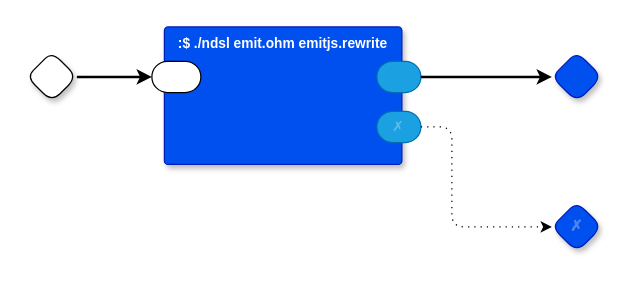
Above: page "RT to Javascript" (12 of 30) of kernel/kernel.drawio in guitarvydas/pbp-dev (draw.io), before the change. Source tidied: cells renumbered, new cells numbered last; positions are measured from the earlier drawing's top-left corner, leaving out a move shared by most shapes. Both pictures are drawn from the tidied source at 125%, with x=0, y=0 at pixel (26, 26).
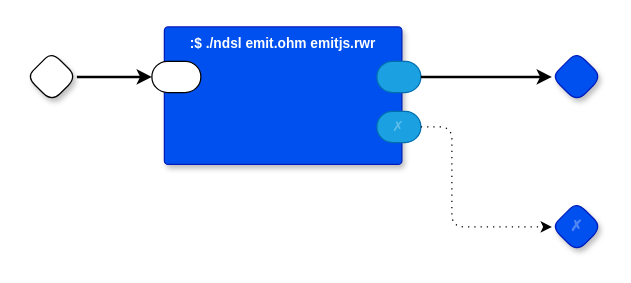
The same diagram, later.

Diff of the diagram source:
```diff
@@
 <mxGraphModel>
   <root>
     <mxCell id="0" />
     <mxCell id="1" parent="0" />
     <mxCell id="2" style="rhombus;whiteSpace=wrap;html=1;rounded=1;fontStyle=1;glass=0;sketch=0;fontSize=12;points=[[0,0.5,0,0,0],[0.5,0,0,0,0],[0.5,1,0,0,0],[1,0.5,0,0,0]];shadow=1;fontFamily=Helvetica;fontColor=default;" parent="1" vertex="1">
       <mxGeometry y="20" width="40" height="40" as="geometry" />
     </mxCell>
     <mxCell id="3" style="rhombus;whiteSpace=wrap;html=1;rounded=1;fontStyle=1;glass=0;sketch=0;fontSize=12;points=[[0,0.5,0,0,0],[0.5,0,0,0,0],[0.5,1,0,0,0],[1,0.5,0,0,0]];shadow=1;fillColor=#0050ef;fontColor=#ffffff;strokeColor=#001DBC;fontFamily=Helvetica;" parent="1" vertex="1">
       <mxGeometry x="420" y="20" width="40" height="40" as="geometry" />
     </mxCell>
     <mxCell id="4" value="✗" style="rhombus;whiteSpace=wrap;html=1;rounded=1;fillColor=#0050ef;fontColor=#ffffff;strokeColor=#001DBC;fontStyle=1;glass=0;sketch=0;fontSize=12;points=[[0,0.5,0,0,0],[0.5,0,0,0,0],[0.5,1,0,0,0],[1,0.5,0,0,0]];shadow=1;textOpacity=30;" parent="1" vertex="1">
       <mxGeometry x="420" y="140" width="40" height="40" as="geometry" />
     </mxCell>
-    <mxCell id="5" value=":$ ./ndsl emit.ohm emitjs.rewrite" style="rounded=1;sketch=0;verticalAlign=top;arcSize=6;fontStyle=1;absoluteArcSize=1;shadow=1;strokeColor=#001DBC;fillColor=#0050ef;fontColor=#ffffff;fontFamily=Helvetica;fontSize=11;" parent="1" vertex="1">
+    <mxCell id="5" value=":$ ./ndsl emit.ohm emitjs.rwr" style="rounded=1;sketch=0;verticalAlign=top;arcSize=6;fontStyle=1;absoluteArcSize=1;shadow=1;strokeColor=#001DBC;fillColor=#0050ef;fontColor=#ffffff;fontFamily=Helvetica;fontSize=11;" parent="1" vertex="1">
       <mxGeometry x="110" width="190" height="110" as="geometry" />
     </mxCell>
     <mxCell id="6" style="rounded=1;whiteSpace=wrap;html=1;sketch=0;points=[[0,0.5,0,0,0],[1,0.5,0,0,0]];arcSize=50;fontFamily=Helvetica;fontSize=11;fontColor=default;" parent="5" vertex="1">
       <mxGeometry x="-10" y="27.5" width="39.2" height="25" as="geometry" />
     </mxCell>
     <mxCell id="7" style="rounded=1;whiteSpace=wrap;html=1;sketch=0;points=[[0,0.5,0,0,0],[1,0.5,0,0,0]];fillColor=#1ba1e2;fontColor=#ffffff;strokeColor=#006EAF;arcSize=50;fontFamily=Helvetica;fontSize=11;" parent="5" vertex="1">
       <mxGeometry x="170" y="27.5" width="35.2" height="25" as="geometry" />
     </mxCell>
     <mxCell id="8" value="✗" style="rounded=1;whiteSpace=wrap;html=1;sketch=0;points=[[0,0.5,0,0,0],[1,0.5,0,0,0]];fillColor=#1ba1e2;fontColor=#ffffff;strokeColor=#006EAF;arcSize=50;fontFamily=Helvetica;fontSize=11;textOpacity=30;" parent="5" vertex="1">
       <mxGeometry x="170" y="67.5" width="35.2" height="25" as="geometry" />
     </mxCell>
     <mxCell id="9" style="edgeStyle=orthogonalEdgeStyle;rounded=0;jettySize=auto;html=1;exitX=1;exitY=0.5;exitDx=0;exitDy=0;exitPerimeter=0;entryX=0;entryY=0.5;entryDx=0;entryDy=0;entryPerimeter=0;strokeWidth=2;" parent="1" edge="1" source="2" target="6">
       <mxGeometry relative="1" as="geometry" />
     </mxCell>
     <mxCell id="10" style="edgeStyle=orthogonalEdgeStyle;rounded=0;jettySize=auto;html=1;exitX=1;exitY=0.5;exitDx=0;exitDy=0;exitPerimeter=0;strokeWidth=2;entryX=0;entryY=0.5;entryDx=0;entryDy=0;entryPerimeter=0;" parent="1" edge="1" source="7" target="3">
       <mxGeometry relative="1" as="geometry" />
     </mxCell>
     <mxCell id="11" style="edgeStyle=orthogonalEdgeStyle;rounded=1;jettySize=auto;html=1;exitX=1;exitY=0.5;exitDx=0;exitDy=0;exitPerimeter=0;entryX=0;entryY=0.5;entryDx=0;entryDy=0;entryPerimeter=0;curved=0;dashed=1;dashPattern=1 4;" parent="1" edge="1" source="8" target="4">
       <mxGeometry relative="1" as="geometry">
         <Array as="points">
           <mxPoint x="340" y="80" />
           <mxPoint x="340" y="160" />
         </Array>
       </mxGeometry>
     </mxCell>
   </root>
 </mxGraphModel>
```
